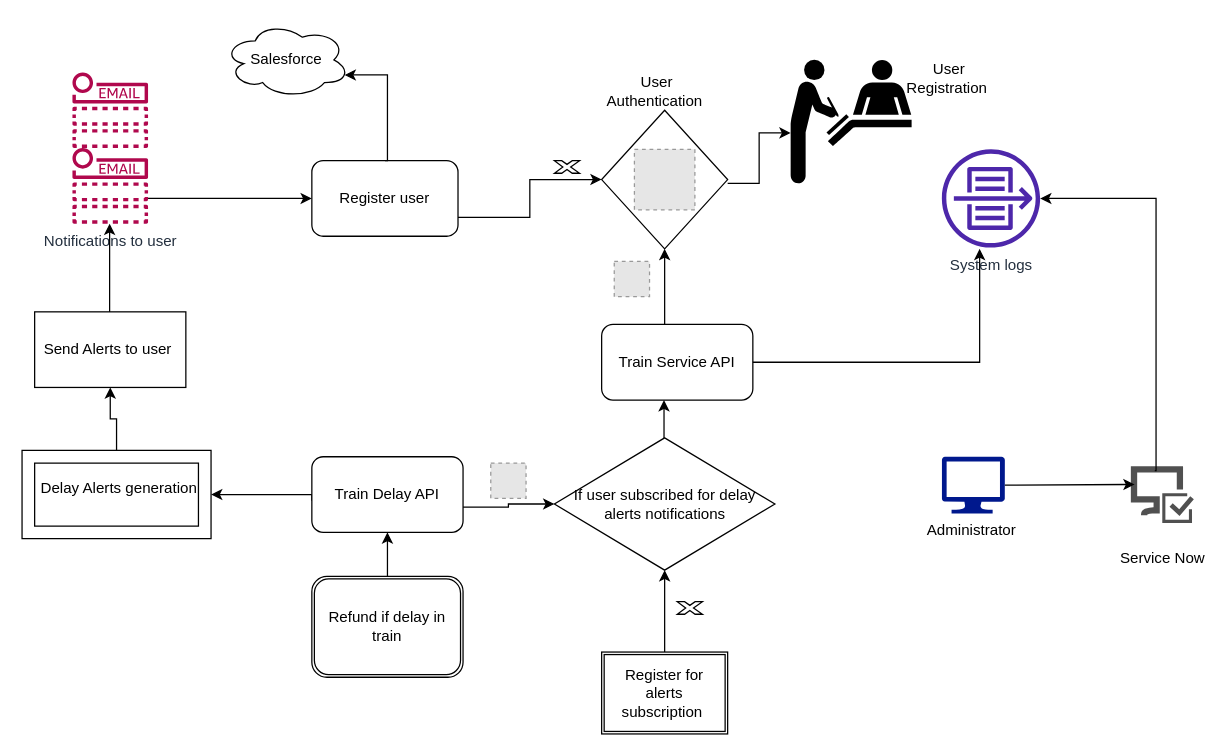
This is Untitled Diagram.drawio from Preethikb18/29082022, a draw.io file, before an edit. Source tidied: cells renumbered, new cells numbered last; positions are measured from the earlier drawing's top-left corner, leaving out a move shared by most shapes. Both pictures are drawn from the tidied source at 126%, with x=0, y=0 at pixel (21, 21). Pictures stored in the file or linked from it are replaced by grey dashed boxes.
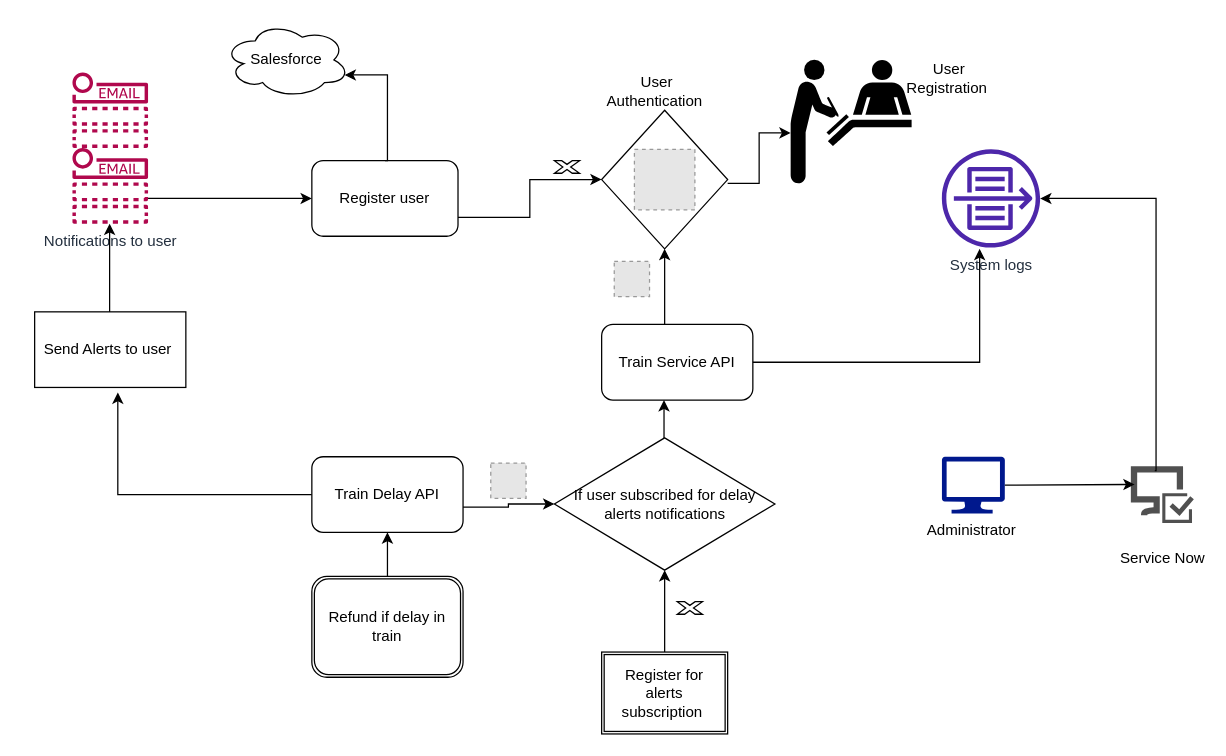
Above is the later version.

The change refers to these unchanged cells:
```xml
<mxCell id="11" value="Send Alerts to user&amp;nbsp;" style="rounded=0;whiteSpace=wrap;html=1;" parent="1" vertex="1">
  <mxGeometry x="10" y="230" width="120" height="60" as="geometry" />
</mxCell>
<mxCell id="16" value="Train Delay API" style="rounded=1;whiteSpace=wrap;html=1;" parent="1" vertex="1">
  <mxGeometry x="230" y="345" width="120" height="60" as="geometry" />
</mxCell>
```

What changed in the source:
```diff
@@
-    <mxCell id="12" style="edgeStyle=orthogonalEdgeStyle;rounded=0;jettySize=auto;html=1;" parent="1" edge="1" source="13" target="11">
-      <mxGeometry relative="1" as="geometry" />
-    </mxCell>
-    <mxCell id="13" style="verticalLabelPosition=bottom;verticalAlign=top;html=1;shape=mxgraph.basic.frame;dx=10;" parent="1" vertex="1">
-      <mxGeometry y="340" width="150" height="70" as="geometry" />
-    </mxCell>
-    <mxCell id="14" value="&amp;nbsp;Delay Alerts generation" style="text;html=1;align=center;verticalAlign=middle;strokeColor=none;fillColor=none;" parent="1" vertex="1">
-      <mxGeometry y="355" width="150" height="30" as="geometry" />
-    </mxCell>
-    <mxCell id="15" style="edgeStyle=elbowEdgeStyle;elbow=horizontal;endArrow=classic;html=1;rounded=0;entryX=1;entryY=0.5;entryDx=0;entryDy=0;entryPerimeter=0;" parent="1" edge="1" target="13">
+    <mxCell id="15" style="edgeStyle=elbowEdgeStyle;elbow=horizontal;endArrow=classic;html=1;rounded=0;exitX=0;exitY=0.5;exitDx=0;exitDy=0;" parent="1" edge="1" source="16">
       <mxGeometry relative="1" as="geometry">
-        <mxPoint x="230" y="380" as="sourcePoint" />
+        <mxPoint x="76" y="294" as="targetPoint" />
         <Array as="points">
-          <mxPoint x="230" y="370" />
-          <mxPoint x="240" y="375" />
-          <mxPoint x="230" y="380" />
+          <mxPoint x="76" y="350" />
+          <mxPoint x="142" y="290" />
+          <mxPoint x="152" y="295" />
+          <mxPoint x="142" y="300" />
         </Array>
       </mxGeometry>
     </mxCell>
```
